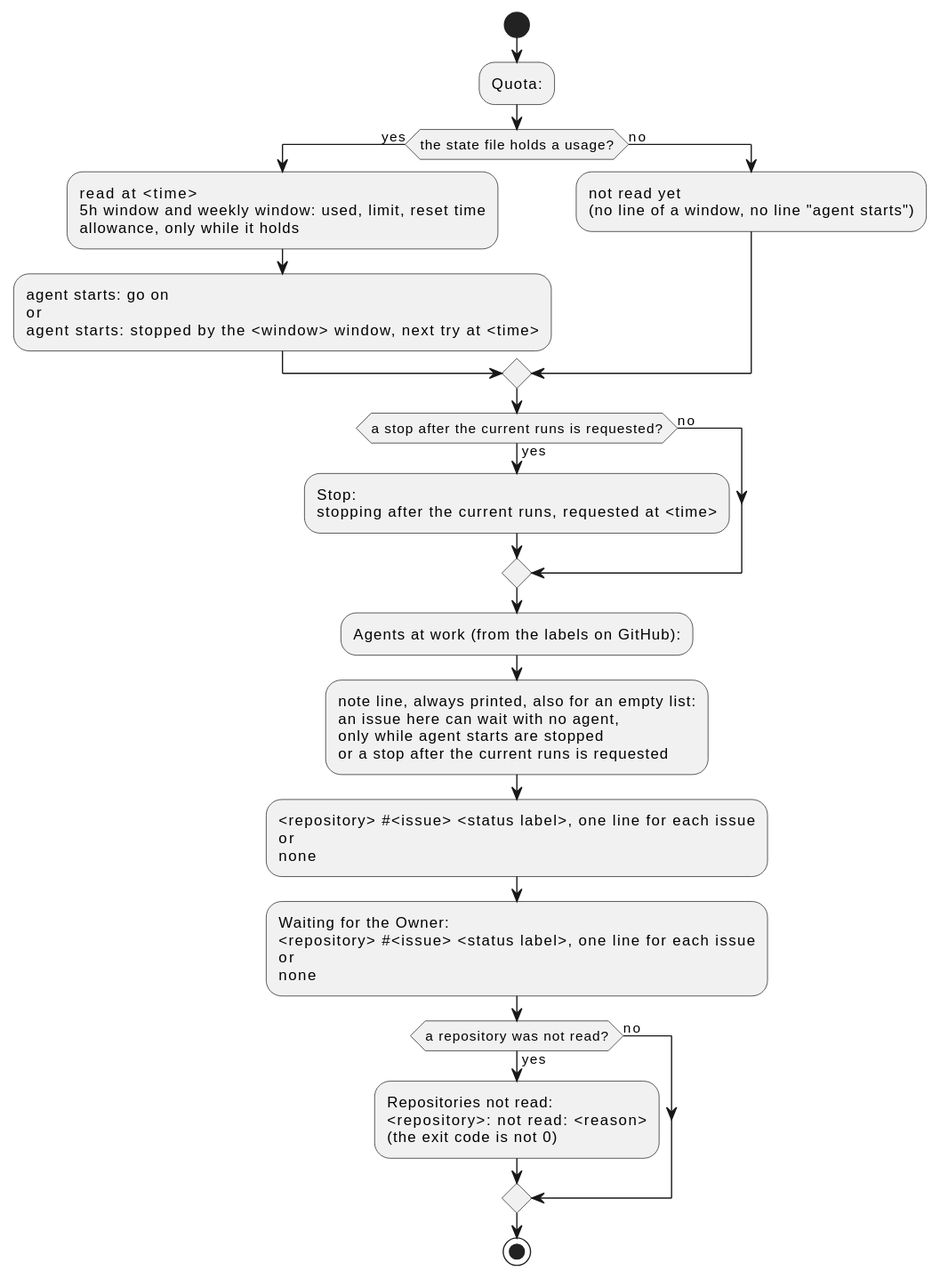
Before: docs/ja/designs/quota-status.svg, a diagram exported from PlantUML (cloveclovedev/cumin-works).
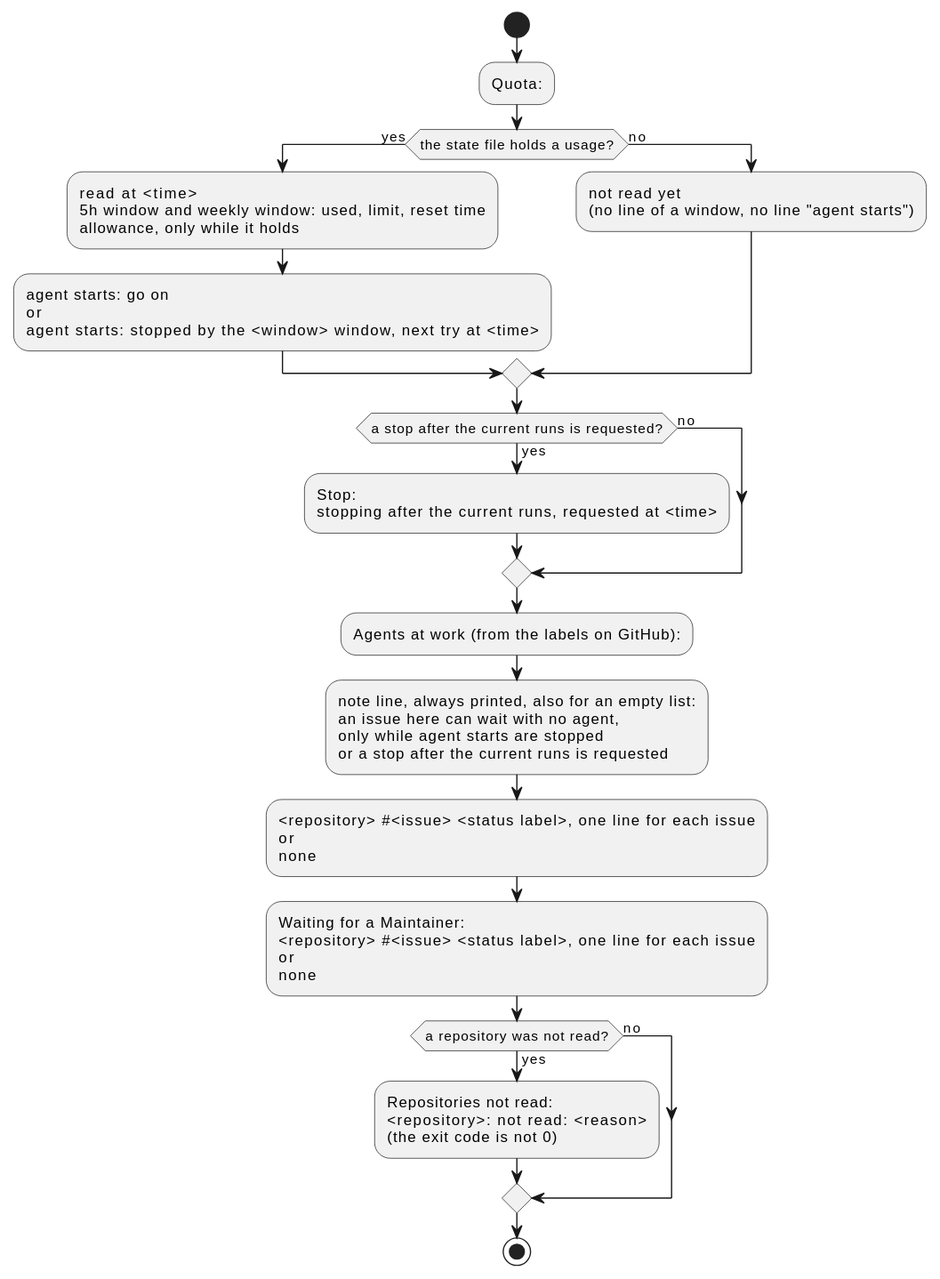
After the commit.

Change to the diagram source:
```diff
@@ -17,7 +17,7 @@
 :Agents at work (from the labels on GitHub):;
 :note line, always printed, also for an empty list:\nan issue here can wait with no agent,\nonly while agent starts are stopped\nor a stop after the current runs is requested;
 :<repository> #<issue> <status label>, one line for each issue\nor\nnone;
-:Waiting for the Owner:\n<repository> #<issue> <status label>, one line for each issue\nor\nnone;
+:Waiting for a Maintainer:\n<repository> #<issue> <status label>, one line for each issue\nor\nnone;
 if (a repository was not read?) then (yes)
   :Repositories not read:\n<repository>: not read: <reason>\n(the exit code is not 0);
 else (no)
```
